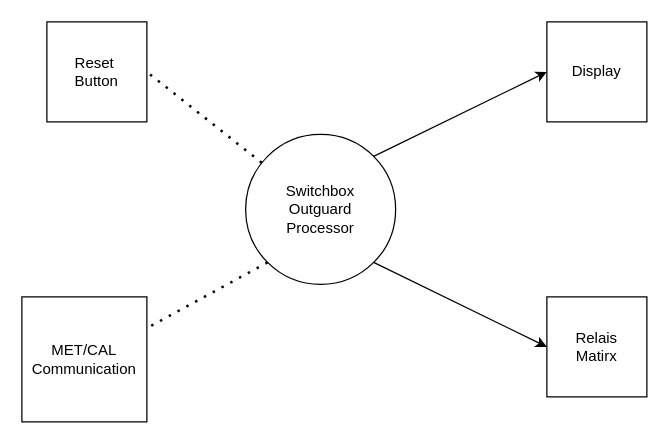
Above: KontextDiagram.drawio in Lostqw1/Funfun (draw.io), before the change. Source tidied: cells renumbered, new cells numbered last; positions are measured from the earlier drawing's top-left corner, leaving out a move shared by most shapes. Both pictures are drawn from the tidied source at 125%, with x=0, y=0 at pixel (21, 21).
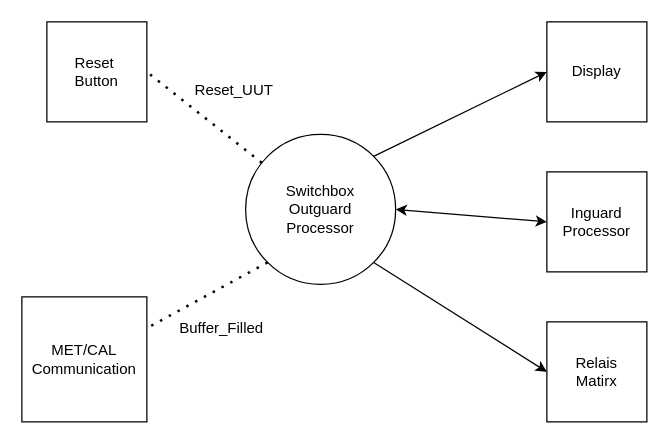
The same page after the edit.

What changed in the source:
```diff
@@
 <mxGraphModel>
   <root>
     <mxCell id="0" />
     <mxCell id="1" parent="0" />
     <mxCell id="2" value="Switchbox&lt;br&gt;Outguard&lt;br&gt;Processor" style="ellipse;whiteSpace=wrap;html=1;" parent="1" vertex="1">
       <mxGeometry x="179" y="90" width="120" height="120" as="geometry" />
     </mxCell>
     <mxCell id="3" value="Display" style="whiteSpace=wrap;html=1;" parent="1" vertex="1">
       <mxGeometry x="420" width="80" height="80" as="geometry" />
     </mxCell>
     <mxCell id="4" value="Reset&amp;nbsp;&lt;br&gt;Button" style="whiteSpace=wrap;html=1;" parent="1" vertex="1">
       <mxGeometry x="20" width="80" height="80" as="geometry" />
     </mxCell>
     <mxCell id="5" value="Relais&lt;br&gt;Matirx" style="whiteSpace=wrap;html=1;" parent="1" vertex="1">
-      <mxGeometry x="420" y="220" width="80" height="80" as="geometry" />
+      <mxGeometry x="420" y="240" width="80" height="80" as="geometry" />
     </mxCell>
     <mxCell id="6" value="MET/CAL&lt;br&gt;Communication&lt;br&gt;" style="whiteSpace=wrap;html=1;" parent="1" vertex="1">
       <mxGeometry y="220" width="100" height="100" as="geometry" />
     </mxCell>
     <mxCell id="7" style="endArrow=classic;html=1;rounded=0;entryX=0;entryY=0.5;entryDx=0;entryDy=0;exitX=1;exitY=0;exitDx=0;exitDy=0;" parent="1" edge="1" source="2" target="3">
       <mxGeometry relative="1" as="geometry" />
     </mxCell>
     <mxCell id="8" style="endArrow=none;dashed=1;html=1;dashPattern=1 3;strokeWidth=2;rounded=0;entryX=1;entryY=0.5;entryDx=0;entryDy=0;" parent="1" edge="1" source="2" target="4">
       <mxGeometry relative="1" as="geometry" />
     </mxCell>
     <mxCell id="9" style="endArrow=classic;html=1;rounded=0;entryX=0;entryY=0.5;entryDx=0;entryDy=0;exitX=1;exitY=1;exitDx=0;exitDy=0;" parent="1" edge="1" source="2" target="5">
       <mxGeometry relative="1" as="geometry" />
     </mxCell>
     <mxCell id="10" style="endArrow=none;dashed=1;html=1;dashPattern=1 3;strokeWidth=2;rounded=0;entryX=1;entryY=0.25;entryDx=0;entryDy=0;exitX=0;exitY=1;exitDx=0;exitDy=0;" parent="1" edge="1" source="2" target="6">
       <mxGeometry relative="1" as="geometry" />
     </mxCell>
+    <mxCell id="11" value="Inguard&lt;br&gt;Processor" style="whiteSpace=wrap;html=1;" parent="1" vertex="1">
+      <mxGeometry x="420" y="120" width="80" height="80" as="geometry" />
+    </mxCell>
+    <mxCell id="12" style="endArrow=classic;startArrow=classic;html=1;rounded=0;entryX=0;entryY=0.5;entryDx=0;entryDy=0;exitX=1;exitY=0.5;exitDx=0;exitDy=0;" parent="1" edge="1" source="2" target="11">
+      <mxGeometry relative="1" as="geometry" />
+    </mxCell>
+    <mxCell id="13" value="Buffer_Filled" style="text;html=1;strokeColor=none;fillColor=none;align=center;verticalAlign=middle;whiteSpace=wrap;rounded=0;" parent="1" vertex="1">
+      <mxGeometry x="130" y="230" width="60" height="30" as="geometry" />
+    </mxCell>
+    <mxCell id="14" value="Reset_UUT" style="text;html=1;strokeColor=none;fillColor=none;align=center;verticalAlign=middle;whiteSpace=wrap;rounded=0;" parent="1" vertex="1">
+      <mxGeometry x="140" y="40" width="60" height="30" as="geometry" />
+    </mxCell>
   </root>
 </mxGraphModel>
```
